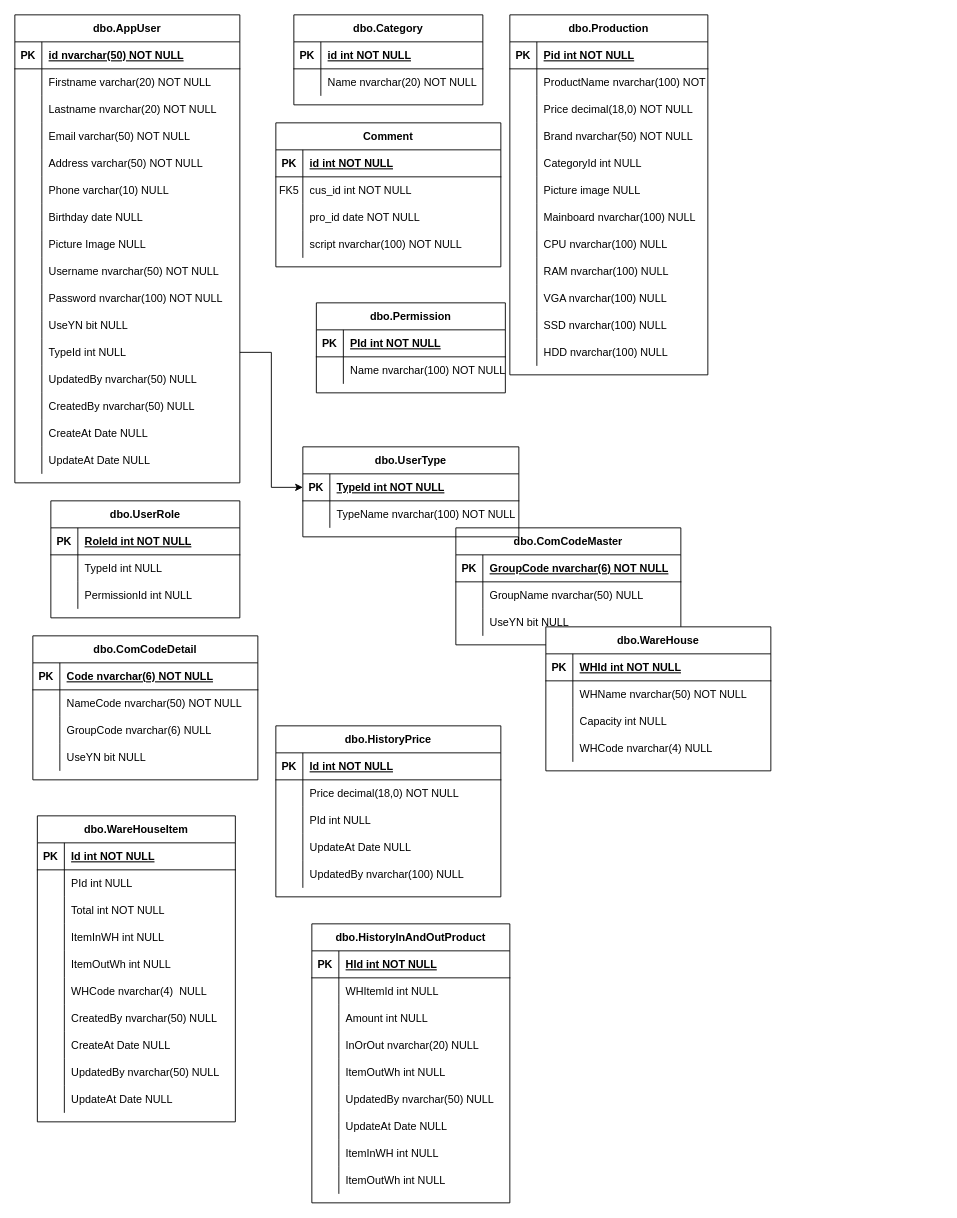
Before: Untitled Diagram.drawio in danblue3/test, a draw.io diagram. Source tidied: cells renumbered, new cells numbered last; positions are measured from the earlier drawing's top-left corner, leaving out a move shared by most shapes. Both pictures are drawn from the tidied source at 90%, with x=0, y=0 at pixel (14, 14).
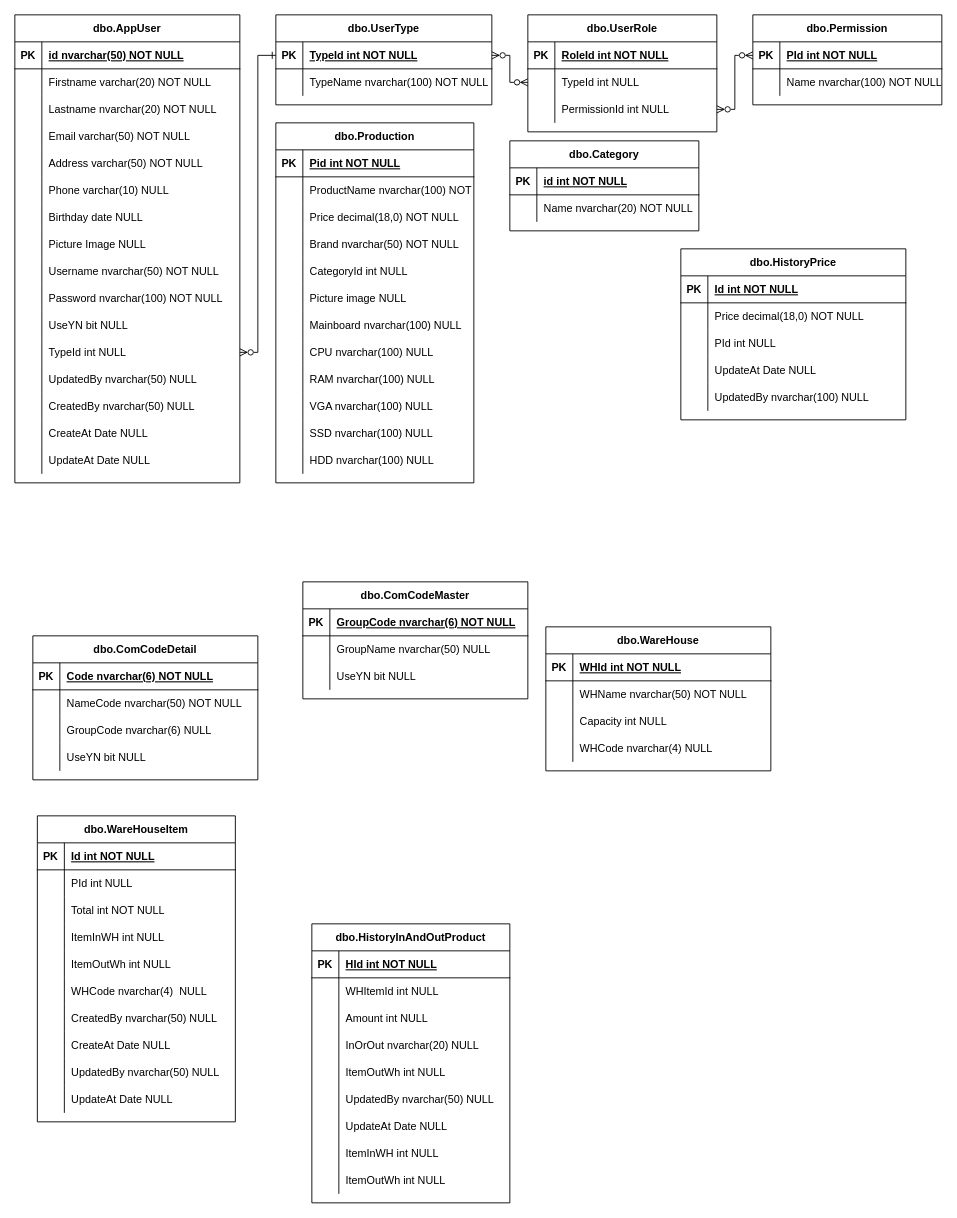
The same diagram, later.

Unchanged cells that the change refers to:
```xml
<mxCell id="54" style="shape=partialRectangle;fillColor=none;points=[[0,0.5],[1,0.5]];portConstraint=eastwest;top=0;left=0;right=0;bottom=0;" parent="20" vertex="1">
  <mxGeometry y="360" width="250" height="30" as="geometry" />
</mxCell>
<mxCell id="120" style="shape=partialRectangle;fillColor=none;points=[[0,0.5],[1,0.5]];portConstraint=eastwest;top=0;left=0;right=0;bottom=1;" parent="119" vertex="1">
  <mxGeometry y="30" width="210" height="30" as="geometry" />
</mxCell>
<mxCell id="127" style="shape=partialRectangle;fillColor=none;points=[[0,0.5],[1,0.5]];portConstraint=eastwest;top=0;left=0;right=0;bottom=1;" parent="126" vertex="1">
  <mxGeometry y="30" width="240" height="30" as="geometry" />
</mxCell>
<mxCell id="137" style="shape=partialRectangle;fillColor=none;points=[[0,0.5],[1,0.5]];portConstraint=eastwest;top=0;left=0;right=0;bottom=0;" parent="133" vertex="1">
  <mxGeometry y="60" width="210" height="30" as="geometry" />
</mxCell>
<mxCell id="140" style="shape=partialRectangle;fillColor=none;points=[[0,0.5],[1,0.5]];portConstraint=eastwest;top=0;left=0;right=0;bottom=0;" parent="133" vertex="1">
  <mxGeometry y="90" width="210" height="30" as="geometry" />
</mxCell>
```

What changed in the source:
```diff
@@
     <mxCell id="2" value="dbo.Category" style="shape=table;startSize=30;childLayout=tableLayout;rowLines=0;fontStyle=1;align=center;" parent="1" vertex="1">
-      <mxGeometry x="310" width="210" height="100" as="geometry" />
+      <mxGeometry x="550" y="140" width="210" height="100" as="geometry" />
     </mxCell>
@@
     <mxCell id="9" value="dbo.ComCodeMaster" style="shape=table;startSize=30;childLayout=tableLayout;rowLines=0;fontStyle=1;align=center;" parent="1" vertex="1">
-      <mxGeometry x="490" y="570" width="250" height="130" as="geometry" />
+      <mxGeometry x="320" y="630" width="250" height="130" as="geometry" />
     </mxCell>
@@
-    <mxCell id="19" style="edgeStyle=orthogonalEdgeStyle;rounded=0;jettySize=auto;html=1;exitX=1;exitY=0.5;exitDx=0;exitDy=0;" parent="1" edge="1" source="54" target="127">
+    <mxCell id="19" style="edgeStyle=orthogonalEdgeStyle;rounded=0;jettySize=auto;html=1;exitX=1;exitY=0.5;exitDx=0;exitDy=0;startArrow=ERzeroToMany;startFill=0;endArrow=ERone;endFill=0;" parent="1" edge="1" source="54" target="127">
       <mxGeometry relative="1" as="geometry" />
     </mxCell>
@@
-    <mxCell id="69" value="Comment" style="shape=table;startSize=30;childLayout=tableLayout;rowLines=0;fontStyle=1;align=center;" parent="1" vertex="1">
-      <mxGeometry x="290" y="120" width="250" height="160" as="geometry" />
-    </mxCell>
-    <mxCell id="70" style="shape=partialRectangle;fillColor=none;top=0;left=0;right=0;bottom=1;" parent="69" vertex="1">
-      <mxGeometry y="30" width="250" height="30" as="geometry" />
-    </mxCell>
-    <mxCell id="71" value="PK" style="shape=partialRectangle;overflow=hidden;fillColor=none;top=0;left=0;bottom=0;right=0;fontStyle=1;" parent="70" vertex="1">
-      <mxGeometry width="30" height="30" as="geometry" />
-    </mxCell>
-    <mxCell id="72" value="id int NOT NULL " style="shape=partialRectangle;overflow=hidden;fillColor=none;top=0;left=0;bottom=0;right=0;align=left;spacingLeft=6;fontStyle=5;" parent="70" vertex="1">
-      <mxGeometry x="30" width="220" height="30" as="geometry" />
-    </mxCell>
-    <mxCell id="73" style="shape=partialRectangle;fillColor=none;top=0;left=0;right=0;bottom=0;" parent="69" vertex="1">
-      <mxGeometry y="60" width="250" height="30" as="geometry" />
-    </mxCell>
-    <mxCell id="74" value="FK5" style="shape=partialRectangle;overflow=hidden;fillColor=none;top=0;left=0;bottom=0;right=0;" parent="73" vertex="1">
-      <mxGeometry width="30" height="30" as="geometry" />
-    </mxCell>
-    <mxCell id="75" value="cus_id int NOT NULL" style="shape=partialRectangle;overflow=hidden;fillColor=none;top=0;left=0;bottom=0;right=0;align=left;spacingLeft=6;" parent="73" vertex="1">
-      <mxGeometry x="30" width="220" height="30" as="geometry" />
-    </mxCell>
-    <mxCell id="76" style="shape=partialRectangle;fillColor=none;top=0;left=0;right=0;bottom=0;" parent="69" vertex="1">
-      <mxGeometry y="90" width="250" height="30" as="geometry" />
-    </mxCell>
-    <mxCell id="77" style="shape=partialRectangle;overflow=hidden;fillColor=none;top=0;left=0;bottom=0;right=0;" parent="76" vertex="1">
-      <mxGeometry width="30" height="30" as="geometry" />
-    </mxCell>
-    <mxCell id="78" value="pro_id date NOT NULL" style="shape=partialRectangle;overflow=hidden;fillColor=none;top=0;left=0;bottom=0;right=0;align=left;spacingLeft=6;" parent="76" vertex="1">
-      <mxGeometry x="30" width="220" height="30" as="geometry" />
-    </mxCell>
-    <mxCell id="79" style="shape=partialRectangle;fillColor=none;top=0;left=0;right=0;bottom=0;" parent="69" vertex="1">
-      <mxGeometry y="120" width="250" height="30" as="geometry" />
-    </mxCell>
-    <mxCell id="80" style="shape=partialRectangle;overflow=hidden;fillColor=none;top=0;left=0;bottom=0;right=0;" parent="79" vertex="1">
-      <mxGeometry width="30" height="30" as="geometry" />
-    </mxCell>
-    <mxCell id="81" value="script nvarchar(100) NOT NULL" style="shape=partialRectangle;overflow=hidden;fillColor=none;top=0;left=0;bottom=0;right=0;align=left;spacingLeft=6;" parent="79" vertex="1">
-      <mxGeometry x="30" width="220" height="30" as="geometry" />
-    </mxCell>
     <mxCell id="82" value="dbo.Production" style="shape=table;startSize=30;childLayout=tableLayout;rowLines=0;fontStyle=1;align=center;" parent="1" vertex="1">
-      <mxGeometry x="550" width="220" height="400" as="geometry" />
+      <mxGeometry x="290" y="120" width="220" height="400" as="geometry" />
     </mxCell>
@@
     <mxCell id="119" value="dbo.Permission" style="shape=table;startSize=30;childLayout=tableLayout;rowLines=0;fontStyle=1;align=center;" parent="1" vertex="1">
-      <mxGeometry x="335" y="320" width="210" height="100" as="geometry" />
+      <mxGeometry x="820" width="210" height="100" as="geometry" />
     </mxCell>
@@
     <mxCell id="126" value="dbo.UserType" style="shape=table;startSize=30;childLayout=tableLayout;rowLines=0;fontStyle=1;align=center;" parent="1" vertex="1">
-      <mxGeometry x="320" y="480" width="240" height="100" as="geometry" />
+      <mxGeometry x="290" width="240" height="100" as="geometry" />
     </mxCell>
@@
     <mxCell id="133" value="dbo.UserRole" style="shape=table;startSize=30;childLayout=tableLayout;rowLines=0;fontStyle=1;align=center;" parent="1" vertex="1">
-      <mxGeometry x="40" y="540" width="210" height="130" as="geometry" />
+      <mxGeometry x="570" width="210" height="130" as="geometry" />
     </mxCell>
@@
     <mxCell id="169" value="dbo.HistoryPrice" style="shape=table;startSize=30;childLayout=tableLayout;rowLines=0;fontStyle=1;align=center;" parent="1" vertex="1">
-      <mxGeometry x="290" y="790" width="250" height="190" as="geometry" />
+      <mxGeometry x="740" y="260" width="250" height="190" as="geometry" />
     </mxCell>
@@
+    <mxCell id="244" style="edgeStyle=orthogonalEdgeStyle;rounded=0;jettySize=auto;html=1;startArrow=ERzeroToMany;startFill=0;entryX=0;entryY=0.5;entryDx=0;entryDy=0;endArrow=ERzeroToMany;endFill=0;" parent="1" edge="1" source="127" target="137">
+      <mxGeometry relative="1" as="geometry" />
+    </mxCell>
+    <mxCell id="245" style="edgeStyle=orthogonalEdgeStyle;rounded=0;jettySize=auto;html=1;startArrow=ERzeroToMany;startFill=0;endArrow=ERzeroToMany;endFill=0;" parent="1" edge="1" source="140" target="120">
+      <mxGeometry relative="1" as="geometry" />
+    </mxCell>
```
